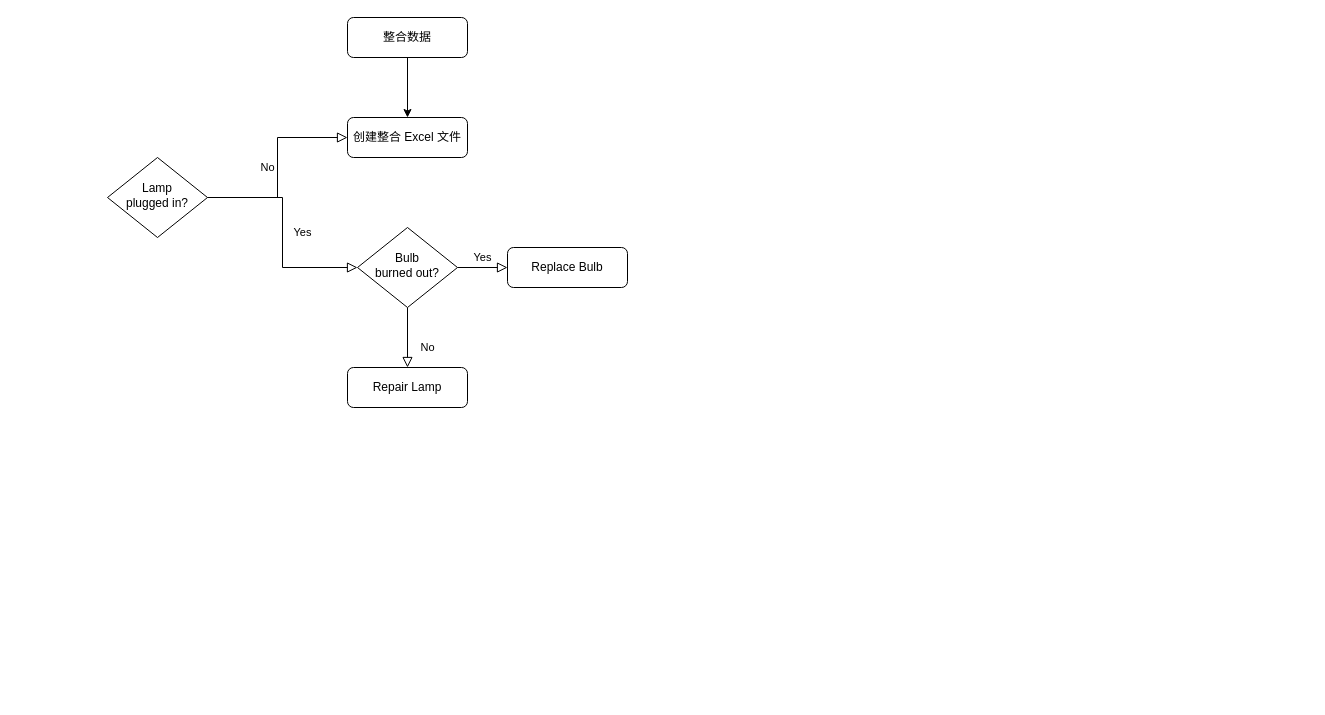
jacksparrowFF2/Valkyrie keeps this draw.io diagram as Vision/执行步骤.drawio. Above is the earlier version. Source tidied: cells renumbered, new cells numbered last; positions are measured from the earlier drawing's top-left corner, leaving out a move shared by most shapes. Both pictures are drawn from the tidied source at 100%, with x=0, y=0 at pixel (107, 17).
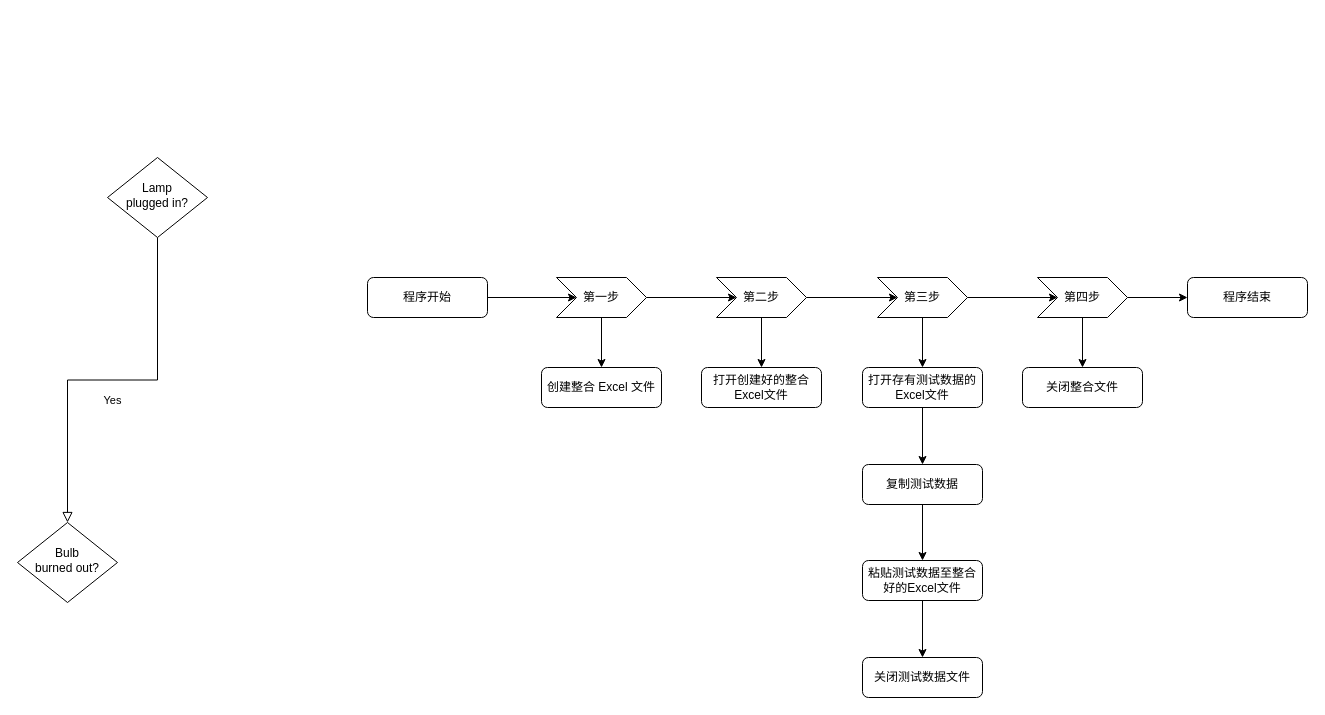
The same diagram, later.

The change refers to these unchanged cells:
```xml
<mxCell id="6" value="Lamp&lt;br&gt;plugged in?" style="rhombus;whiteSpace=wrap;html=1;shadow=0;fontFamily=Helvetica;fontSize=12;align=center;strokeWidth=1;spacing=6;spacingTop=-4;" parent="1" vertex="1">
  <mxGeometry y="140" width="100" height="80" as="geometry" />
</mxCell>
```

The edit, as a diff of the source:
```diff
@@
-    <mxCell id="2" style="edgeStyle=orthogonalEdgeStyle;rounded=0;jettySize=auto;html=1;" parent="1" edge="1" source="3" target="7">
-      <mxGeometry relative="1" as="geometry" />
-    </mxCell>
+    <mxCell id="13" style="edgeStyle=orthogonalEdgeStyle;rounded=0;jettySize=auto;html=1;" parent="1" edge="1" source="3" target="24">
+      <mxGeometry relative="1" as="geometry" />
+    </mxCell>
-    <mxCell id="3" value="整合数据" style="rounded=1;whiteSpace=wrap;html=1;fontSize=12;glass=0;strokeWidth=1;shadow=0;" parent="1" vertex="1">
-      <mxGeometry x="240" width="120" height="40" as="geometry" />
+    <mxCell id="3" value="程序开始" style="rounded=1;whiteSpace=wrap;html=1;fontSize=12;glass=0;strokeWidth=1;shadow=0;" parent="1" vertex="1">
+      <mxGeometry x="260" y="260" width="120" height="40" as="geometry" />
     </mxCell>
@@
-    <mxCell id="5" value="No" style="edgeStyle=orthogonalEdgeStyle;rounded=0;html=1;jettySize=auto;fontSize=11;endArrow=block;endFill=0;endSize=8;strokeWidth=1;shadow=0;labelBackgroundColor=none;" parent="1" edge="1" source="6" target="7">
-      <mxGeometry y="10" relative="1" as="geometry" />
-    </mxCell>
@@
     <mxCell id="7" value="创建整合&amp;nbsp;Excel&amp;nbsp;文件" style="rounded=1;whiteSpace=wrap;html=1;fontSize=12;glass=0;strokeWidth=1;shadow=0;" parent="1" vertex="1">
-      <mxGeometry x="240" y="100" width="120" height="40" as="geometry" />
+      <mxGeometry x="434" y="350" width="120" height="40" as="geometry" />
     </mxCell>
-    <mxCell id="8" value="No" style="rounded=0;html=1;jettySize=auto;fontSize=11;endArrow=block;endFill=0;endSize=8;strokeWidth=1;shadow=0;labelBackgroundColor=none;edgeStyle=orthogonalEdgeStyle;" parent="1" edge="1" source="10" target="11">
-      <mxGeometry x="0.33" y="20" relative="1" as="geometry" />
-    </mxCell>
-    <mxCell id="9" value="Yes" style="edgeStyle=orthogonalEdgeStyle;rounded=0;html=1;jettySize=auto;fontSize=11;endArrow=block;endFill=0;endSize=8;strokeWidth=1;shadow=0;labelBackgroundColor=none;" parent="1" edge="1" source="10" target="12">
-      <mxGeometry y="10" relative="1" as="geometry" />
-    </mxCell>
     <mxCell id="10" value="Bulb&lt;br&gt;burned out?" style="rhombus;whiteSpace=wrap;html=1;shadow=0;fontFamily=Helvetica;fontSize=12;align=center;strokeWidth=1;spacing=6;spacingTop=-4;" parent="1" vertex="1">
-      <mxGeometry x="250" y="210" width="100" height="80" as="geometry" />
+      <mxGeometry x="-90" y="505" width="100" height="80" as="geometry" />
     </mxCell>
-    <mxCell id="11" value="Repair Lamp" style="rounded=1;whiteSpace=wrap;html=1;fontSize=12;glass=0;strokeWidth=1;shadow=0;" parent="1" vertex="1">
-      <mxGeometry x="240" y="350" width="120" height="40" as="geometry" />
-    </mxCell>
-    <mxCell id="12" value="Replace Bulb" style="rounded=1;whiteSpace=wrap;html=1;fontSize=12;glass=0;strokeWidth=1;shadow=0;" parent="1" vertex="1">
-      <mxGeometry x="400" y="230" width="120" height="40" as="geometry" />
-    </mxCell>
+    <mxCell id="14" value="打开创建好的整合Excel文件" style="rounded=1;whiteSpace=wrap;html=1;fontSize=12;glass=0;strokeWidth=1;shadow=0;" parent="1" vertex="1">
+      <mxGeometry x="594" y="350" width="120" height="40" as="geometry" />
+    </mxCell>
+    <mxCell id="15" style="edgeStyle=orthogonalEdgeStyle;rounded=0;jettySize=auto;html=1;" parent="1" edge="1" source="16" target="18">
+      <mxGeometry relative="1" as="geometry" />
+    </mxCell>
+    <mxCell id="16" value="打开存有测试数据的Excel文件" style="rounded=1;whiteSpace=wrap;html=1;fontSize=12;glass=0;strokeWidth=1;shadow=0;" parent="1" vertex="1">
+      <mxGeometry x="755" y="350" width="120" height="40" as="geometry" />
+    </mxCell>
+    <mxCell id="17" style="edgeStyle=orthogonalEdgeStyle;rounded=0;jettySize=auto;html=1;" parent="1" edge="1" source="18" target="20">
+      <mxGeometry relative="1" as="geometry" />
+    </mxCell>
+    <mxCell id="18" value="复制测试数据" style="rounded=1;whiteSpace=wrap;html=1;fontSize=12;glass=0;strokeWidth=1;shadow=0;" parent="1" vertex="1">
+      <mxGeometry x="755" y="447" width="120" height="40" as="geometry" />
+    </mxCell>
+    <mxCell id="19" style="edgeStyle=orthogonalEdgeStyle;rounded=0;jettySize=auto;html=1;" parent="1" edge="1" source="20" target="21">
+      <mxGeometry relative="1" as="geometry" />
+    </mxCell>
+    <mxCell id="20" value="粘贴测试数据至整合好的Excel文件" style="rounded=1;whiteSpace=wrap;html=1;fontSize=12;glass=0;strokeWidth=1;shadow=0;" parent="1" vertex="1">
+      <mxGeometry x="755" y="543" width="120" height="40" as="geometry" />
+    </mxCell>
+    <mxCell id="21" value="关闭测试数据文件" style="rounded=1;whiteSpace=wrap;html=1;fontSize=12;glass=0;strokeWidth=1;shadow=0;" parent="1" vertex="1">
+      <mxGeometry x="755" y="640" width="120" height="40" as="geometry" />
+    </mxCell>
+    <mxCell id="22" style="edgeStyle=orthogonalEdgeStyle;rounded=0;jettySize=auto;html=1;" parent="1" edge="1" source="24" target="7">
+      <mxGeometry relative="1" as="geometry" />
+    </mxCell>
+    <mxCell id="23" style="edgeStyle=orthogonalEdgeStyle;rounded=0;jettySize=auto;html=1;" parent="1" edge="1" source="24" target="28">
+      <mxGeometry relative="1" as="geometry" />
+    </mxCell>
+    <mxCell id="24" value="第一步" style="shape=step;perimeter=stepPerimeter;whiteSpace=wrap;html=1;fixedSize=1;" parent="1" vertex="1">
+      <mxGeometry x="449" y="260" width="90" height="40" as="geometry" />
+    </mxCell>
+    <mxCell id="25" value="关闭整合文件" style="rounded=1;whiteSpace=wrap;html=1;fontSize=12;glass=0;strokeWidth=1;shadow=0;" parent="1" vertex="1">
+      <mxGeometry x="915" y="350" width="120" height="40" as="geometry" />
+    </mxCell>
+    <mxCell id="26" style="edgeStyle=orthogonalEdgeStyle;rounded=0;jettySize=auto;html=1;" parent="1" edge="1" source="28" target="14">
+      <mxGeometry relative="1" as="geometry" />
+    </mxCell>
+    <mxCell id="27" style="edgeStyle=orthogonalEdgeStyle;rounded=0;jettySize=auto;html=1;" parent="1" edge="1" source="28" target="31">
+      <mxGeometry relative="1" as="geometry" />
+    </mxCell>
+    <mxCell id="28" value="第二步" style="shape=step;perimeter=stepPerimeter;whiteSpace=wrap;html=1;fixedSize=1;" parent="1" vertex="1">
+      <mxGeometry x="609" y="260" width="90" height="40" as="geometry" />
+    </mxCell>
+    <mxCell id="29" style="edgeStyle=orthogonalEdgeStyle;rounded=0;jettySize=auto;html=1;" parent="1" edge="1" source="31" target="34">
+      <mxGeometry relative="1" as="geometry" />
+    </mxCell>
+    <mxCell id="30" style="edgeStyle=orthogonalEdgeStyle;rounded=0;jettySize=auto;html=1;" parent="1" edge="1" source="31" target="16">
+      <mxGeometry relative="1" as="geometry" />
+    </mxCell>
+    <mxCell id="31" value="第三步" style="shape=step;perimeter=stepPerimeter;whiteSpace=wrap;html=1;fixedSize=1;" parent="1" vertex="1">
+      <mxGeometry x="770" y="260" width="90" height="40" as="geometry" />
+    </mxCell>
+    <mxCell id="32" style="edgeStyle=orthogonalEdgeStyle;rounded=0;jettySize=auto;html=1;" parent="1" edge="1" source="34" target="35">
+      <mxGeometry relative="1" as="geometry" />
+    </mxCell>
+    <mxCell id="33" style="edgeStyle=orthogonalEdgeStyle;rounded=0;jettySize=auto;html=1;" parent="1" edge="1" source="34" target="25">
+      <mxGeometry relative="1" as="geometry" />
+    </mxCell>
+    <mxCell id="34" value="第四步" style="shape=step;perimeter=stepPerimeter;whiteSpace=wrap;html=1;fixedSize=1;" parent="1" vertex="1">
+      <mxGeometry x="930" y="260" width="90" height="40" as="geometry" />
+    </mxCell>
+    <mxCell id="35" value="程序结束" style="rounded=1;whiteSpace=wrap;html=1;fontSize=12;glass=0;strokeWidth=1;shadow=0;" parent="1" vertex="1">
+      <mxGeometry x="1080" y="260" width="120" height="40" as="geometry" />
+    </mxCell>
```
